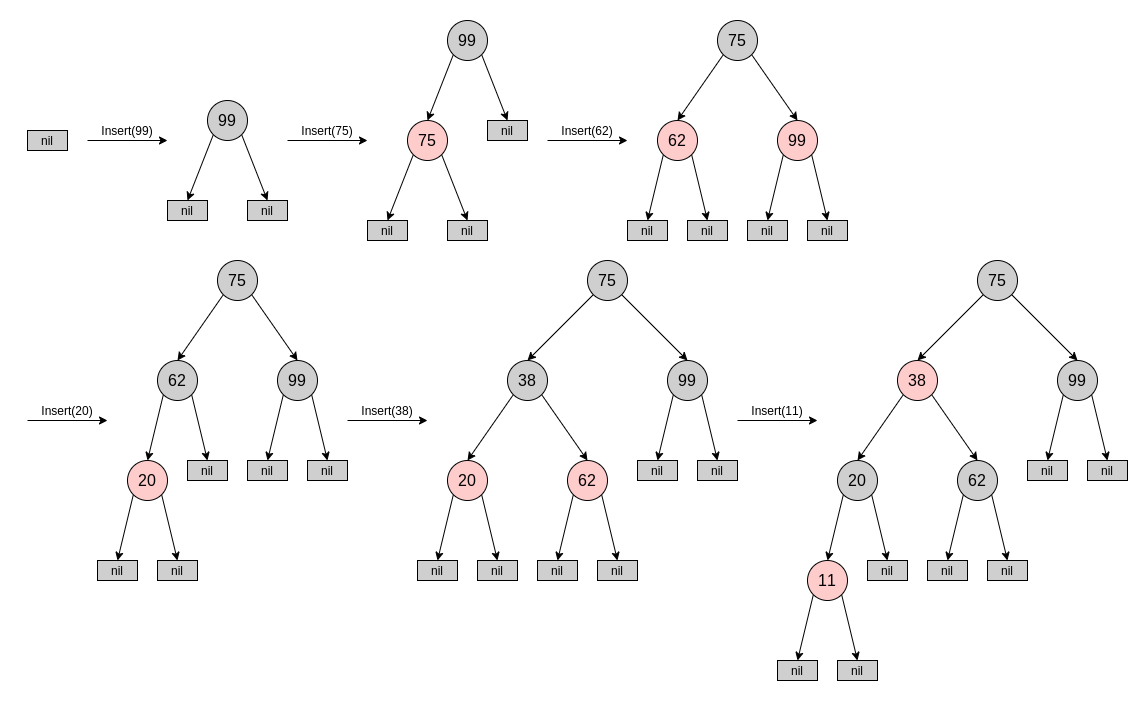
Above: 数据结构/Homework/images/RB-tree.png in OrangeX4/NJUAI-Notes (draw.io), before the change. Source tidied: cells renumbered, new cells last; positions are measured from the earlier drawing's top-left corner, leaving out a move shared by most shapes.
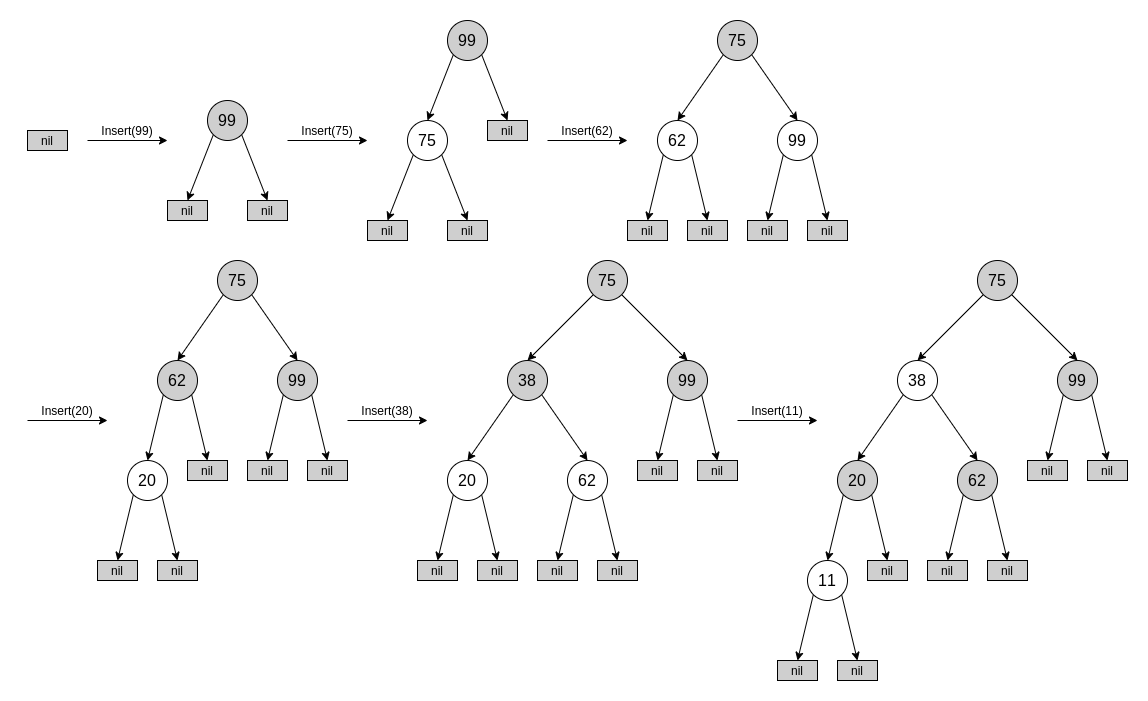
The same diagram one commit later.

Change to the diagram source:
```diff
@@ -82,7 +82,7 @@
     <mxCell id="25" style="edgeStyle=none;rounded=0;jettySize=auto;html=1;exitX=1;exitY=1;exitDx=0;exitDy=0;entryX=0.5;entryY=0;entryDx=0;entryDy=0;" parent="1" edge="1" source="26" target="32">
       <mxGeometry relative="1" as="geometry" />
     </mxCell>
-    <mxCell id="26" style="ellipse;whiteSpace=wrap;html=1;fillColor=#FFCCCC;" parent="1" vertex="1">
+    <mxCell id="26" style="ellipse;whiteSpace=wrap;html=1;fillColor=#FFFFFF;" parent="1" vertex="1">
       <mxGeometry x="380" y="100" width="40" height="40" as="geometry" />
     </mxCell>
     <mxCell id="27" value="&lt;font style=&quot;font-size: 16px&quot;&gt;75&lt;/font&gt;" style="text;html=1;strokeColor=none;fillColor=none;align=center;verticalAlign=middle;whiteSpace=wrap;rounded=0;" parent="1" vertex="1">
@@ -121,7 +121,7 @@
     <mxCell id="38" style="edgeStyle=none;rounded=0;jettySize=auto;html=1;exitX=1;exitY=1;exitDx=0;exitDy=0;entryX=0.5;entryY=0;entryDx=0;entryDy=0;" parent="1" edge="1" source="39" target="45">
       <mxGeometry relative="1" as="geometry" />
     </mxCell>
-    <mxCell id="39" style="ellipse;whiteSpace=wrap;html=1;fillColor=#FFCCCC;" parent="1" vertex="1">
+    <mxCell id="39" style="ellipse;whiteSpace=wrap;html=1;fillColor=#FFFFFF;" parent="1" vertex="1">
       <mxGeometry x="630" y="100" width="40" height="40" as="geometry" />
     </mxCell>
     <mxCell id="40" value="&lt;font style=&quot;font-size: 16px&quot;&gt;62&lt;/font&gt;" style="text;html=1;strokeColor=none;fillColor=none;align=center;verticalAlign=middle;whiteSpace=wrap;rounded=0;" parent="1" vertex="1">
@@ -148,7 +148,7 @@
     <mxCell id="47" style="edgeStyle=none;rounded=0;jettySize=auto;html=1;exitX=1;exitY=1;exitDx=0;exitDy=0;entryX=0.5;entryY=0;entryDx=0;entryDy=0;" parent="1" edge="1" source="48" target="54">
       <mxGeometry relative="1" as="geometry" />
     </mxCell>
-    <mxCell id="48" style="ellipse;whiteSpace=wrap;html=1;fillColor=#FFCCCC;" parent="1" vertex="1">
+    <mxCell id="48" style="ellipse;whiteSpace=wrap;html=1;fillColor=#FFFFFF;" parent="1" vertex="1">
       <mxGeometry x="750" y="100" width="40" height="40" as="geometry" />
     </mxCell>
     <mxCell id="49" value="&lt;font style=&quot;font-size: 16px&quot;&gt;99&lt;/font&gt;" style="text;html=1;strokeColor=none;fillColor=none;align=center;verticalAlign=middle;whiteSpace=wrap;rounded=0;" parent="1" vertex="1">
@@ -252,7 +252,7 @@
     <mxCell id="79" style="edgeStyle=none;rounded=0;jettySize=auto;html=1;exitX=1;exitY=1;exitDx=0;exitDy=0;entryX=0.5;entryY=0;entryDx=0;entryDy=0;" parent="1" edge="1" source="80" target="86">
       <mxGeometry relative="1" as="geometry" />
     </mxCell>
-    <mxCell id="80" style="ellipse;whiteSpace=wrap;html=1;fillColor=#FFCCCC;" parent="1" vertex="1">
+    <mxCell id="80" style="ellipse;whiteSpace=wrap;html=1;fillColor=#FFFFFF;" parent="1" vertex="1">
       <mxGeometry x="100" y="440" width="40" height="40" as="geometry" />
     </mxCell>
     <mxCell id="81" value="&lt;font style=&quot;font-size: 16px&quot;&gt;20&lt;/font&gt;" style="text;html=1;strokeColor=none;fillColor=none;align=center;verticalAlign=middle;whiteSpace=wrap;rounded=0;" parent="1" vertex="1">
@@ -339,7 +339,7 @@
     <mxCell id="107" style="edgeStyle=none;rounded=0;jettySize=auto;html=1;exitX=1;exitY=1;exitDx=0;exitDy=0;entryX=0.5;entryY=0;entryDx=0;entryDy=0;" parent="1" edge="1" source="108" target="114">
       <mxGeometry relative="1" as="geometry" />
     </mxCell>
-    <mxCell id="108" style="ellipse;whiteSpace=wrap;html=1;fillColor=#FFCCCC;" parent="1" vertex="1">
+    <mxCell id="108" style="ellipse;whiteSpace=wrap;html=1;fillColor=#FFFFFF;" parent="1" vertex="1">
       <mxGeometry x="420" y="440" width="40" height="40" as="geometry" />
     </mxCell>
     <mxCell id="109" value="&lt;font style=&quot;font-size: 16px&quot;&gt;20&lt;/font&gt;" style="text;html=1;strokeColor=none;fillColor=none;align=center;verticalAlign=middle;whiteSpace=wrap;rounded=0;" parent="1" vertex="1">
@@ -366,7 +366,7 @@
     <mxCell id="116" style="edgeStyle=none;rounded=0;jettySize=auto;html=1;exitX=1;exitY=1;exitDx=0;exitDy=0;entryX=0.5;entryY=0;entryDx=0;entryDy=0;" parent="1" edge="1" source="117" target="123">
       <mxGeometry relative="1" as="geometry" />
     </mxCell>
-    <mxCell id="117" style="ellipse;whiteSpace=wrap;html=1;fillColor=#FFCCCC;" parent="1" vertex="1">
+    <mxCell id="117" style="ellipse;whiteSpace=wrap;html=1;fillColor=#FFFFFF;" parent="1" vertex="1">
       <mxGeometry x="540" y="440" width="40" height="40" as="geometry" />
     </mxCell>
     <mxCell id="118" value="&lt;font style=&quot;font-size: 16px&quot;&gt;62&lt;/font&gt;" style="text;html=1;strokeColor=none;fillColor=none;align=center;verticalAlign=middle;whiteSpace=wrap;rounded=0;" parent="1" vertex="1">
@@ -414,7 +414,7 @@
     <mxCell id="131" style="edgeStyle=none;rounded=0;jettySize=auto;html=1;exitX=1;exitY=1;exitDx=0;exitDy=0;entryX=0.5;entryY=0;entryDx=0;entryDy=0;" parent="1" edge="1" source="132" target="151">
       <mxGeometry relative="1" as="geometry" />
     </mxCell>
-    <mxCell id="132" style="ellipse;whiteSpace=wrap;html=1;fillColor=#FFCCCC;" parent="1" vertex="1">
+    <mxCell id="132" style="ellipse;whiteSpace=wrap;html=1;fillColor=#FFFFFF;" parent="1" vertex="1">
       <mxGeometry x="870" y="340" width="40" height="40" as="geometry" />
     </mxCell>
     <mxCell id="133" value="&lt;font style=&quot;font-size: 16px&quot;&gt;38&lt;/font&gt;" style="text;html=1;strokeColor=none;fillColor=none;align=center;verticalAlign=middle;whiteSpace=wrap;rounded=0;" parent="1" vertex="1">
@@ -500,7 +500,7 @@
     <mxCell id="159" style="edgeStyle=none;rounded=0;jettySize=auto;html=1;exitX=1;exitY=1;exitDx=0;exitDy=0;entryX=0.5;entryY=0;entryDx=0;entryDy=0;" parent="1" edge="1" source="160" target="166">
       <mxGeometry relative="1" as="geometry" />
     </mxCell>
-    <mxCell id="160" style="ellipse;whiteSpace=wrap;html=1;fillColor=#FFCCCC;" parent="1" vertex="1">
+    <mxCell id="160" style="ellipse;whiteSpace=wrap;html=1;fillColor=#FFFFFF;" parent="1" vertex="1">
       <mxGeometry x="780" y="540" width="40" height="40" as="geometry" />
     </mxCell>
     <mxCell id="161" value="&lt;font style=&quot;font-size: 16px&quot;&gt;11&lt;/font&gt;" style="text;html=1;strokeColor=none;fillColor=none;align=center;verticalAlign=middle;whiteSpace=wrap;rounded=0;" parent="1" vertex="1">
```
